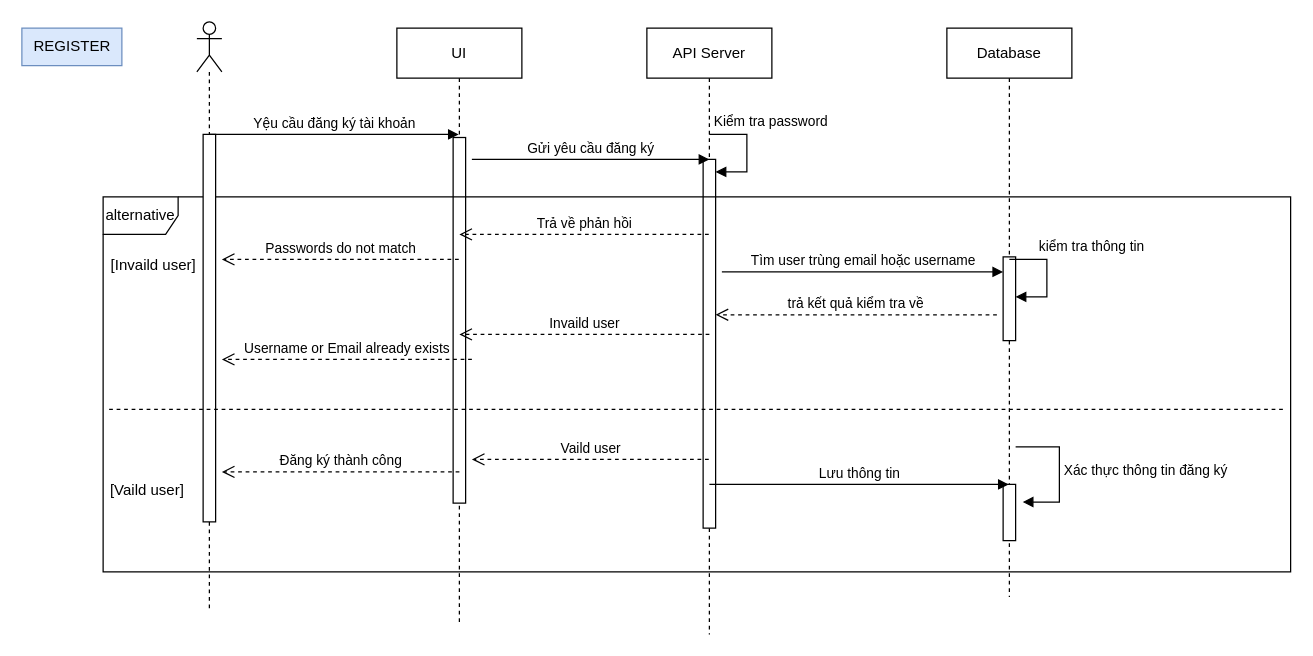
Earlier version of the draw.io diagram dangky.drawio (letham1612/test.ithub). Source tidied: cells renumbered, new cells numbered last; positions are measured from the earlier drawing's top-left corner, leaving out a move shared by most shapes. Both pictures are drawn from the tidied source at 125%, with x=0, y=0 at pixel (21, 21).
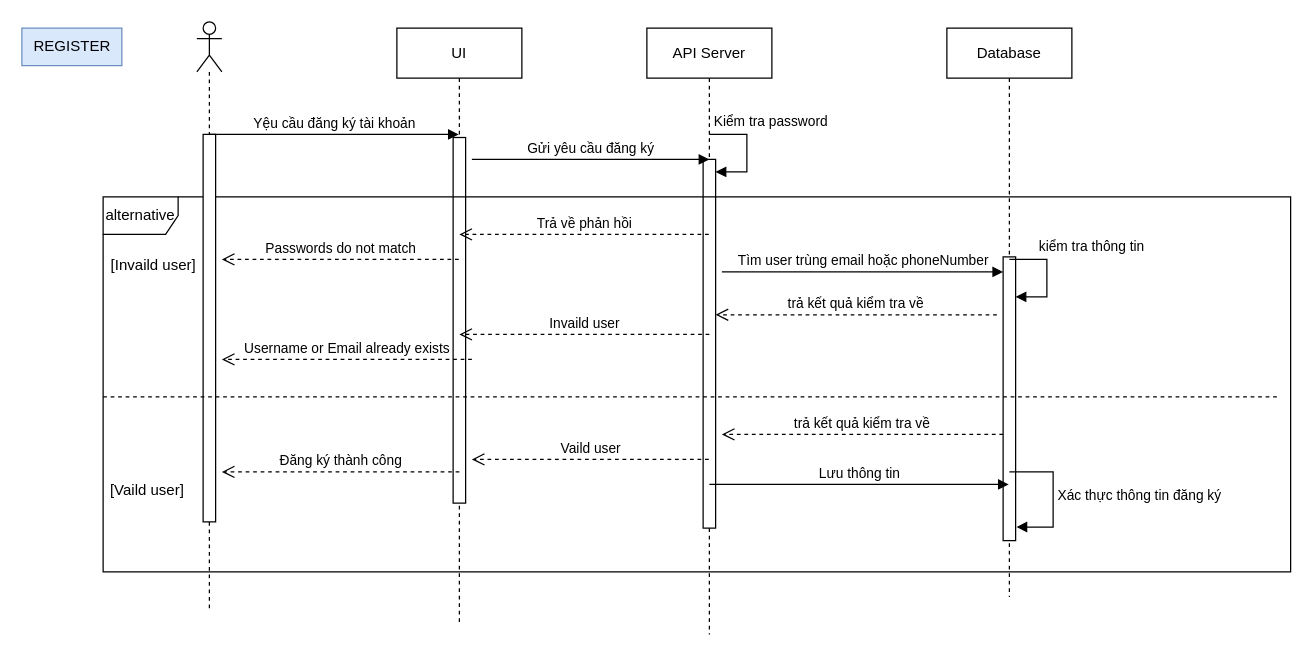
The same diagram, later.

Commit message:
Cập nhật dangky.drawio

The change refers to these unchanged cells:
```xml
<mxCell id="8" value="Database" style="shape=umlLifeline;perimeter=lifelinePerimeter;whiteSpace=wrap;html=1;outlineConnect=0;portConstraint=eastwest;newEdgeStyle={&quot;curved&quot;:0,&quot;rounded&quot;:0};" parent="1" vertex="1">
  <mxGeometry x="740" y="5" width="100" height="455" as="geometry" />
</mxCell>
```

The edit, as a diff of the source:
```diff
@@
-    <mxCell id="9" style="html=1;perimeter=orthogonalPerimeter;targetShapes=umlLifeline;newEdgeStyle={&quot;curved&quot;:0,&quot;rounded&quot;:0};" parent="8" vertex="1">
-      <mxGeometry x="45" y="365" width="10" height="45" as="geometry" />
-    </mxCell>
     <mxCell id="10" style="html=1;points=[[0,0,0,0,5],[0,1,0,0,-5],[1,0,0,0,5],[1,1,0,0,-5]];perimeter=orthogonalPerimeter;outlineConnect=0;targetShapes=umlLifeline;portConstraint=eastwest;newEdgeStyle={&quot;curved&quot;:0,&quot;rounded&quot;:0};" parent="8" vertex="1">
-      <mxGeometry x="45" y="183" width="10" height="67" as="geometry" />
+      <mxGeometry x="45" y="183" width="10" height="227" as="geometry" />
     </mxCell>
@@
     <mxCell id="22" value="Xác thực thông tin đăng ký" style="html=1;align=left;spacingLeft=2;endArrow=block;rounded=0;edgeStyle=orthogonalEdgeStyle;curved=0;rounded=0;" parent="1" edge="1">
       <mxGeometry relative="1" as="geometry">
-        <mxPoint x="795" y="340" as="sourcePoint" />
-        <mxPoint x="800.7" y="384.1" as="targetPoint" />
+        <mxPoint x="790" y="360" as="sourcePoint" />
+        <mxPoint x="795.7" y="404.1" as="targetPoint" />
         <Array as="points">
-          <mxPoint x="830" y="340" />
-          <mxPoint x="830" y="384" />
+          <mxPoint x="825" y="360" />
+          <mxPoint x="825" y="404" />
         </Array>
       </mxGeometry>
     </mxCell>
@@
-    <mxCell id="26" value="Tìm user trùng email hoặc username" style="html=1;verticalAlign=bottom;endArrow=block;curved=0;rounded=0;" parent="1" edge="1" target="10">
+    <mxCell id="26" value="Tìm user trùng email hoặc phoneNumber" style="html=1;verticalAlign=bottom;endArrow=block;curved=0;rounded=0;" parent="1" edge="1" target="10">
       <mxGeometry relative="1" as="geometry">
         <mxPoint x="560" y="200" as="sourcePoint" />
       </mxGeometry>
     </mxCell>
@@
     <mxCell id="29" style="endArrow=none;dashed=1;html=1;rounded=0;exitX=0.005;exitY=0.601;exitDx=0;exitDy=0;exitPerimeter=0;entryX=0.995;entryY=0.601;entryDx=0;entryDy=0;entryPerimeter=0;" parent="1" edge="1">
       <mxGeometry relative="1" as="geometry">
-        <mxPoint x="69.8" y="310" as="sourcePoint" />
-        <mxPoint x="1010.2" y="310" as="targetPoint" />
+        <mxPoint x="65" y="300" as="sourcePoint" />
+        <mxPoint x="1005.5" y="300" as="targetPoint" />
       </mxGeometry>
     </mxCell>
+    <mxCell id="30" value="trả kết quả kiểm tra về" style="html=1;verticalAlign=bottom;endArrow=open;dashed=1;endSize=8;curved=0;rounded=0;" parent="1" edge="1">
+      <mxGeometry relative="1" as="geometry">
+        <mxPoint x="785" y="330" as="sourcePoint" />
+        <mxPoint x="560" y="330" as="targetPoint" />
+      </mxGeometry>
+    </mxCell>
```
